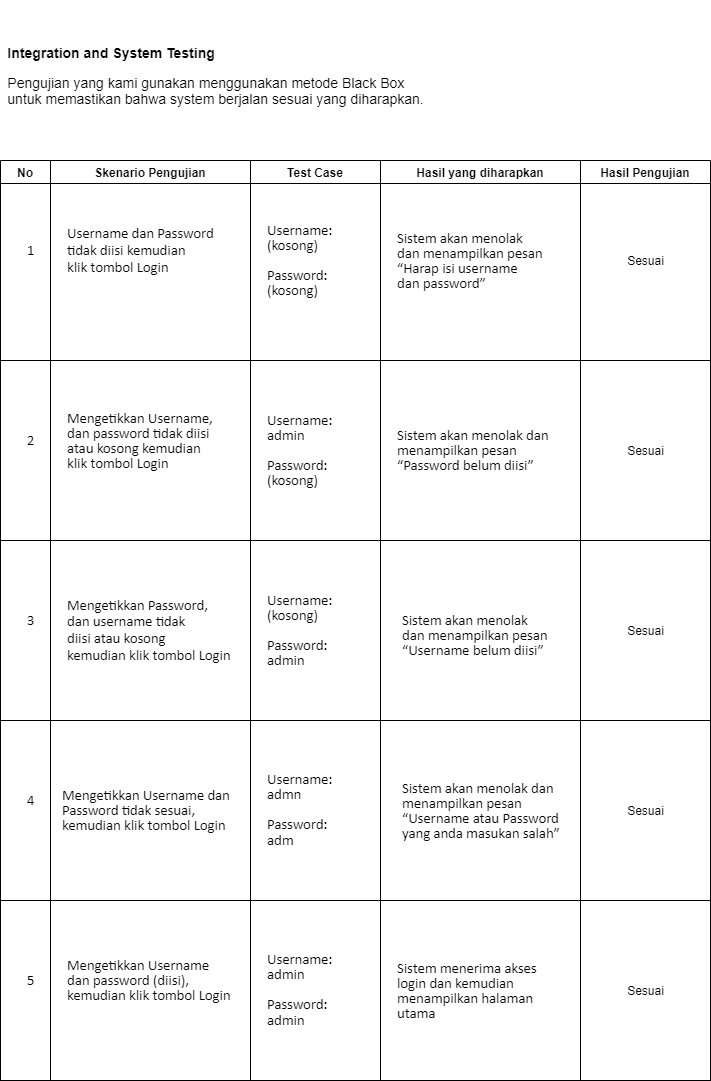
Earlier version of the draw.io export Integration and System Testing.png (tamamhuda/Aplikasi-Presensi). Source tidied: cells renumbered, new cells last; positions are measured from the earlier drawing's top-left corner, leaving out a move shared by most shapes.
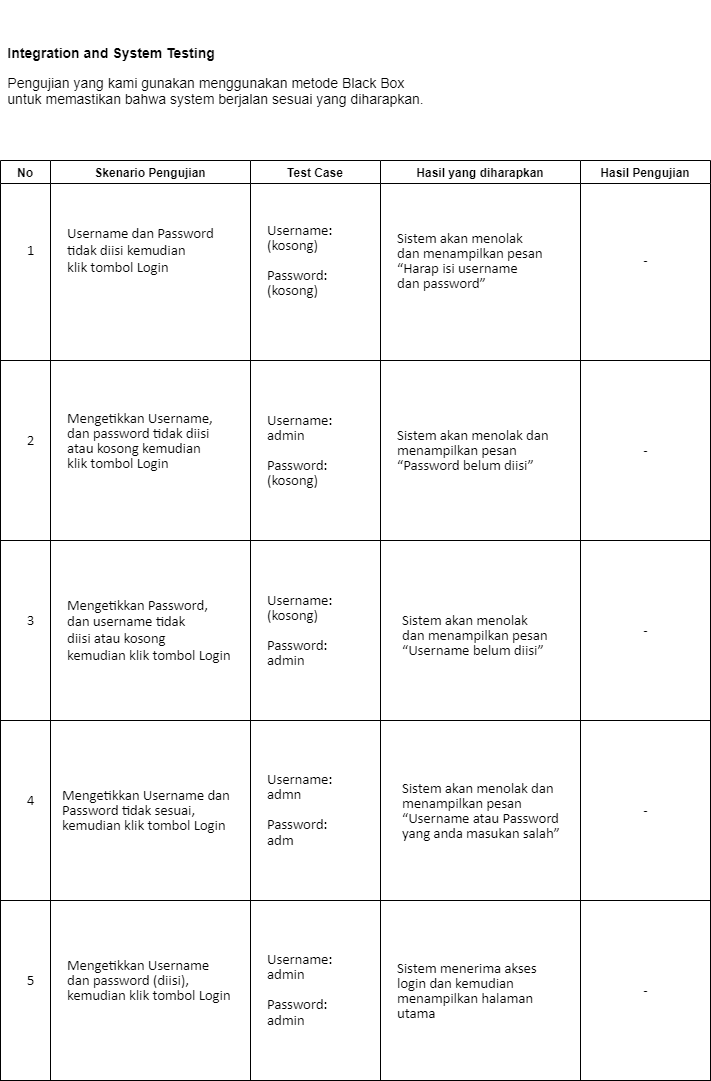
After the change.

Diff of the diagram source:
```diff
@@ -26,8 +26,8 @@
     <mxCell id="9" value="Hasil Pengujian" style="swimlane;" parent="1" vertex="1">
       <mxGeometry x="580" y="160" width="130" height="200" as="geometry" />
     </mxCell>
-    <mxCell id="10" value="Sesuai" style="text;html=1;align=center;verticalAlign=middle;strokeColor=none;fillColor=none;" parent="9" vertex="1">
-      <mxGeometry x="40" y="90" width="50" height="20" as="geometry" />
+    <mxCell id="10" value="-" style="text;html=1;align=center;verticalAlign=middle;strokeColor=none;fillColor=none;" parent="9" vertex="1">
+      <mxGeometry x="55" y="90" width="20" height="20" as="geometry" />
     </mxCell>
     <mxCell id="11" value="&lt;span style=&quot;font-size: 11.0pt ; line-height: 107% ; font-family: &amp;#34;calibri&amp;#34; , sans-serif&quot;&gt;1&lt;/span&gt;" style="text;html=1;align=center;verticalAlign=middle;strokeColor=none;fillColor=none;" parent="1" vertex="1">
       <mxGeometry x="20" y="240" width="20" height="20" as="geometry" />
@@ -47,8 +47,8 @@
     <mxCell id="16" style="rounded=0;whiteSpace=wrap;html=1;fillColor=none;gradientColor=none;align=left;verticalAlign=top;" parent="1" vertex="1">
       <mxGeometry x="580" y="360" width="130" height="180" as="geometry" />
     </mxCell>
-    <mxCell id="17" value="Sesuai" style="text;html=1;align=center;verticalAlign=middle;strokeColor=none;fillColor=none;" parent="1" vertex="1">
-      <mxGeometry x="620" y="440" width="50" height="20" as="geometry" />
+    <mxCell id="17" value="-" style="text;html=1;align=center;verticalAlign=middle;strokeColor=none;fillColor=none;" parent="1" vertex="1">
+      <mxGeometry x="635" y="440" width="20" height="20" as="geometry" />
     </mxCell>
     <mxCell id="18" value="&lt;div style=&quot;text-align: justify&quot;&gt;&lt;span style=&quot;font-size: 11.0pt ; line-height: 107% ; font-family: &amp;#34;calibri&amp;#34; , sans-serif&quot;&gt;Mengetikkan Username,&lt;br&gt;dan password tidak diisi&lt;br&gt;atau kosong kemudian&lt;br&gt;klik tombol Login&lt;/span&gt;&lt;br&gt;&lt;/div&gt;" style="text;html=1;align=left;verticalAlign=middle;strokeColor=none;fillColor=none;" parent="1" vertex="1">
       <mxGeometry x="65" y="405" width="160" height="70" as="geometry" />
@@ -77,8 +77,8 @@
     <mxCell id="26" style="rounded=0;whiteSpace=wrap;html=1;fillColor=none;gradientColor=none;align=left;verticalAlign=top;" parent="1" vertex="1">
       <mxGeometry x="580" y="540" width="130" height="180" as="geometry" />
     </mxCell>
-    <mxCell id="27" value="Sesuai" style="text;html=1;align=center;verticalAlign=middle;strokeColor=none;fillColor=none;" parent="1" vertex="1">
-      <mxGeometry x="620" y="620" width="50" height="20" as="geometry" />
+    <mxCell id="27" value="-" style="text;html=1;align=center;verticalAlign=middle;strokeColor=none;fillColor=none;" parent="1" vertex="1">
+      <mxGeometry x="635" y="620" width="20" height="20" as="geometry" />
     </mxCell>
     <mxCell id="28" value="&lt;div style=&quot;text-align: justify&quot;&gt;&lt;span style=&quot;font-size: 11.0pt ; line-height: 107% ; font-family: &amp;#34;calibri&amp;#34; , sans-serif&quot;&gt;Mengetikkan Password,&amp;nbsp;&lt;/span&gt;&lt;/div&gt;&lt;div style=&quot;text-align: justify&quot;&gt;&lt;span style=&quot;font-family: &amp;#34;calibri&amp;#34; , sans-serif ; font-size: 11pt&quot;&gt;dan username&amp;nbsp;&lt;/span&gt;&lt;span style=&quot;font-family: &amp;#34;calibri&amp;#34; , sans-serif ; font-size: 11pt&quot;&gt;tidak&amp;nbsp;&lt;/span&gt;&lt;/div&gt;&lt;div style=&quot;text-align: justify&quot;&gt;&lt;span style=&quot;font-family: &amp;#34;calibri&amp;#34; , sans-serif ; font-size: 11pt&quot;&gt;diisi&amp;nbsp;&lt;/span&gt;&lt;span style=&quot;font-family: &amp;#34;calibri&amp;#34; , sans-serif ; font-size: 11pt&quot;&gt;atau kosong&amp;nbsp;&lt;/span&gt;&lt;/div&gt;&lt;div style=&quot;text-align: justify&quot;&gt;&lt;span style=&quot;font-family: &amp;#34;calibri&amp;#34; , sans-serif ; font-size: 11pt&quot;&gt;kemudian klik&amp;nbsp;&lt;/span&gt;&lt;span style=&quot;font-family: &amp;#34;calibri&amp;#34; , sans-serif ; font-size: 11pt&quot;&gt;tombol Login&lt;/span&gt;&lt;/div&gt;" style="text;html=1;align=left;verticalAlign=middle;strokeColor=none;fillColor=none;" parent="1" vertex="1">
       <mxGeometry x="65" y="595" width="180" height="70" as="geometry" />
@@ -107,8 +107,8 @@
     <mxCell id="36" style="rounded=0;whiteSpace=wrap;html=1;fillColor=none;gradientColor=none;align=left;verticalAlign=top;" parent="1" vertex="1">
       <mxGeometry x="580" y="720" width="130" height="180" as="geometry" />
     </mxCell>
-    <mxCell id="37" value="Sesuai" style="text;html=1;align=center;verticalAlign=middle;strokeColor=none;fillColor=none;" parent="1" vertex="1">
-      <mxGeometry x="620" y="800" width="50" height="20" as="geometry" />
+    <mxCell id="37" value="-" style="text;html=1;align=center;verticalAlign=middle;strokeColor=none;fillColor=none;" parent="1" vertex="1">
+      <mxGeometry x="635" y="800" width="20" height="20" as="geometry" />
     </mxCell>
     <mxCell id="38" value="&lt;div style=&quot;text-align: justify&quot;&gt;&lt;span style=&quot;font-size: 11.0pt ; line-height: 107% ; font-family: &amp;#34;calibri&amp;#34; , sans-serif&quot;&gt;Mengetikkan Username dan&lt;/span&gt;&lt;/div&gt;&lt;div style=&quot;text-align: justify&quot;&gt;&lt;span style=&quot;font-size: 11.0pt ; line-height: 107% ; font-family: &amp;#34;calibri&amp;#34; , sans-serif&quot;&gt;Password tidak sesuai,&amp;nbsp;&lt;/span&gt;&lt;/div&gt;&lt;div style=&quot;text-align: justify&quot;&gt;&lt;span style=&quot;font-size: 11.0pt ; line-height: 107% ; font-family: &amp;#34;calibri&amp;#34; , sans-serif&quot;&gt;kemudian klik tombol Login&lt;/span&gt;&lt;br&gt;&lt;/div&gt;" style="text;html=1;align=left;verticalAlign=middle;strokeColor=none;fillColor=none;" parent="1" vertex="1">
       <mxGeometry x="60" y="785" width="180" height="50" as="geometry" />
@@ -137,8 +137,8 @@
     <mxCell id="46" style="rounded=0;whiteSpace=wrap;html=1;fillColor=none;gradientColor=none;align=left;verticalAlign=top;" parent="1" vertex="1">
       <mxGeometry x="580" y="900" width="130" height="180" as="geometry" />
     </mxCell>
-    <mxCell id="47" value="Sesuai" style="text;html=1;align=center;verticalAlign=middle;strokeColor=none;fillColor=none;" parent="1" vertex="1">
-      <mxGeometry x="620" y="980" width="50" height="20" as="geometry" />
+    <mxCell id="47" value="-" style="text;html=1;align=center;verticalAlign=middle;strokeColor=none;fillColor=none;" parent="1" vertex="1">
+      <mxGeometry x="635" y="980" width="20" height="20" as="geometry" />
     </mxCell>
     <mxCell id="48" value="&lt;div style=&quot;text-align: justify&quot;&gt;&lt;span style=&quot;font-size: 11.0pt ; line-height: 107% ; font-family: &amp;#34;calibri&amp;#34; , sans-serif&quot;&gt;Mengetikkan Username&amp;nbsp;&lt;/span&gt;&lt;/div&gt;&lt;div style=&quot;text-align: justify&quot;&gt;&lt;span style=&quot;font-size: 11.0pt ; line-height: 107% ; font-family: &amp;#34;calibri&amp;#34; , sans-serif&quot;&gt;dan password (diisi),&amp;nbsp;&lt;/span&gt;&lt;/div&gt;&lt;div style=&quot;text-align: justify&quot;&gt;&lt;span style=&quot;font-size: 11.0pt ; line-height: 107% ; font-family: &amp;#34;calibri&amp;#34; , sans-serif&quot;&gt;kemudian klik tombol Login&lt;/span&gt;&lt;br&gt;&lt;/div&gt;" style="text;html=1;align=left;verticalAlign=middle;strokeColor=none;fillColor=none;" parent="1" vertex="1">
       <mxGeometry x="65" y="955" width="180" height="50" as="geometry" />
```
